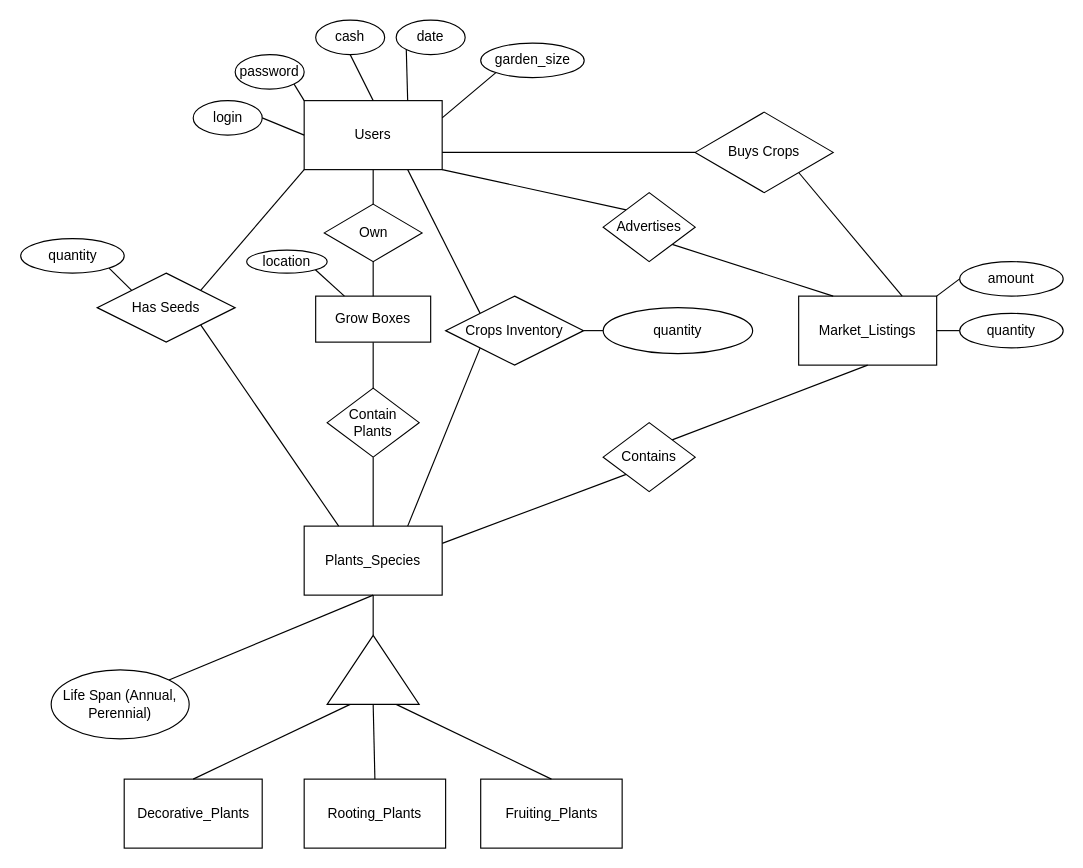
evannoronha/GardenSimulator keeps this draw.io diagram as ER-Diagam.dio. Above is the earlier version. Source tidied: cells renumbered, new cells numbered last; positions are measured from the earlier drawing's top-left corner, leaving out a move shared by most shapes. Both pictures are drawn from the tidied source at 115%, with x=0, y=0 at pixel (21, 20).
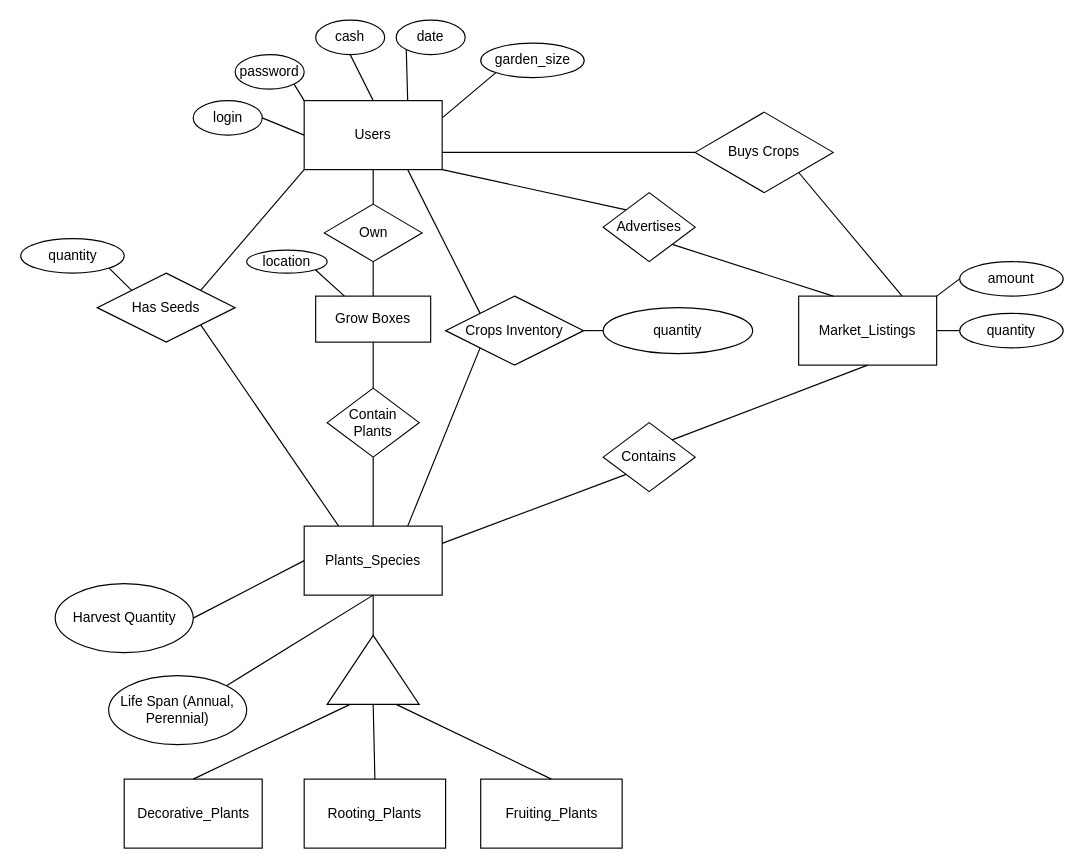
The same diagram, later.

Commit message:
slight changes to er diagram

The change refers to these unchanged cells:
```xml
<mxCell id="8" value="Plants_Species" style="rounded=0;whiteSpace=wrap;html=1;" parent="1" vertex="1">
  <mxGeometry x="246" y="440" width="120" height="60" as="geometry" />
</mxCell>
```

Change to the diagram source:
```diff
@@
     <mxCell id="27" value="Life Span (Annual, Perennial)" style="ellipse;whiteSpace=wrap;html=1;direction=south;" parent="1" vertex="1">
-      <mxGeometry x="26" y="565" width="120" height="60" as="geometry" />
+      <mxGeometry x="76" y="570" width="120" height="60" as="geometry" />
     </mxCell>
@@
+    <mxCell id="57" value="Harvest Quantity" style="ellipse;whiteSpace=wrap;html=1;direction=south;" parent="1" vertex="1">
+      <mxGeometry x="29.5" y="490" width="120" height="60" as="geometry" />
+    </mxCell>
+    <mxCell id="58" style="endArrow=none;html=1;exitX=0.5;exitY=0;exitDx=0;exitDy=0;entryX=0;entryY=0.5;entryDx=0;entryDy=0;" parent="1" edge="1" source="57" target="8">
+      <mxGeometry relative="1" as="geometry" />
+    </mxCell>
```
